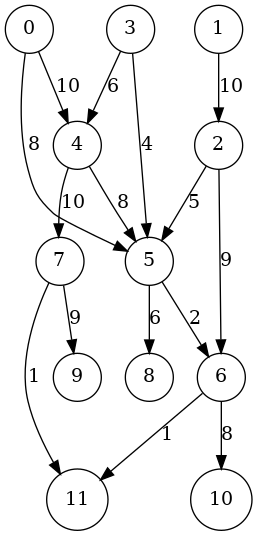
The Graphviz diagram figures/graphb.png in kaygun/ford-fulkerson, before a commit. Its source is kept beside it as figures/graphb.dot.
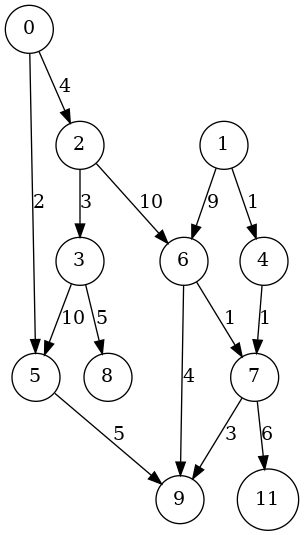
Above is the later version.

The edit, as a diff of the source:
```diff
@@ -1,18 +1,17 @@
 digraph G {
 node[shape=circle];
-"7" -> "11" [label=1];
-"2" -> "5" [label=5];
-"0" -> "5" [label=8];
-"3" -> "4" [label=6];
-"4" -> "7" [label=10];
-"5" -> "6" [label=2];
-"5" -> "8" [label=6];
-"6" -> "11" [label=1];
-"7" -> "9" [label=9];
-"4" -> "5" [label=8];
-"0" -> "4" [label=10];
-"6" -> "10" [label=8];
-"2" -> "6" [label=9];
-"1" -> "2" [label=10];
-"3" -> "5" [label=4];
+"7" -> "11" [label=6];
+"2" -> "3" [label=3];
+"6" -> "7" [label=1];
+"0" -> "5" [label=2];
+"4" -> "7" [label=1];
+"1" -> "4" [label=1];
+"7" -> "9" [label=3];
+"5" -> "9" [label=5];
+"0" -> "2" [label=4];
+"6" -> "9" [label=4];
+"3" -> "8" [label=5];
+"1" -> "6" [label=9];
+"2" -> "6" [label=10];
+"3" -> "5" [label=10];
 }
```
